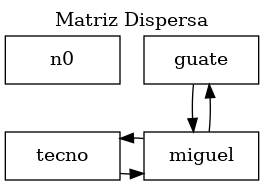
This is src/Reportes/matriz.png from miguel-tubac/-EDD-Proyecto1_202101927, a Graphviz export, as it was before one commit. Its source is kept beside it as src/Reportes/matriz.dot.
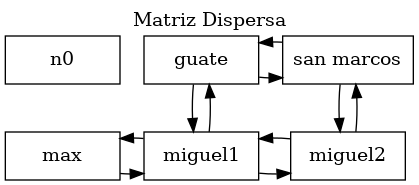
After the change.

The edit, as a diff of the source:
```diff
@@ -5,12 +5,18 @@
 n0 -> n2 -> n0 [color=transparent];
 	n2 [label="guate" group=0];
 	n2 -> n1 -> n2;
-	n1 [label = "miguel" group=0];
+	n1 [label = "miguel1" group=0];
+	n2 -> n5 -> n2;
+	n5 [label="san marcos" group=1];
+	n5 -> n4 -> n5;
+	n4 [label = "miguel2" group=1];
 	n0 -> n3 -> n0 [color=transparent];
-	n3 [label="tecno" group=0];
+	n3 [label="max" group=0];
 	n3 -> n1 -> n3;
-	n1 [label="miguel" group=0];
-	{ rank=same; n0; n2; }
-	{ rank=same; n3; n1; }
+	n1 [label="miguel1" group=0];
+	n1 -> n4 -> n1;
+	n4 [label="miguel2" group=1];
+	{ rank=same; n0; n2; n5; }
+	{ rank=same; n3; n1; n4; }
 
 }
```
